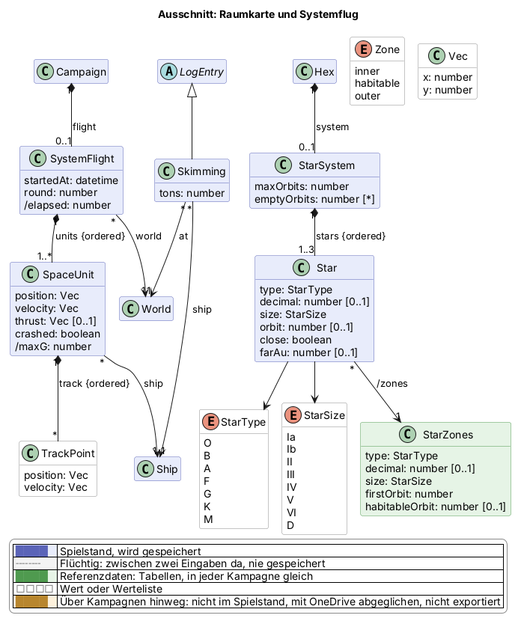
The PlantUML diagram docs/views/raum.png in scuzzar/SRE, before a commit.
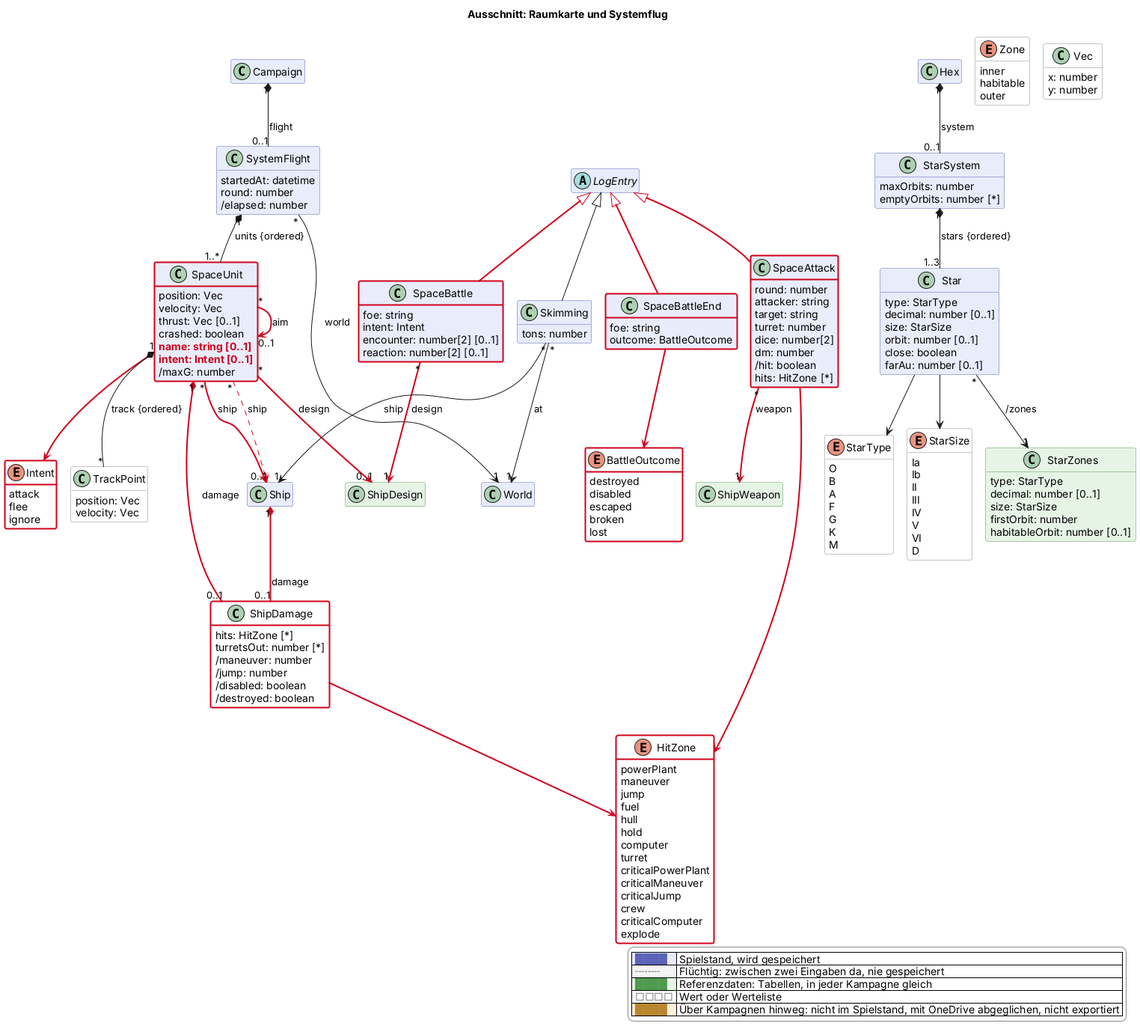
The same diagram one commit later.

Diff of the diagram source:
```diff
@@ -72,6 +72,8 @@
   class Campaign $kampagne
 
   class Ship $schiffe
+  class ShipWeapon <<reference>> $schiffe
+  class ShipDesign <<reference>> $schiffe
 
   class SystemFlight $raum {
     startedAt: datetime
@@ -124,11 +126,69 @@
   class Skimming $raum {
     tons: number
   }
+  class ShipDamage <<value>> $raum $newClass("2026-11-21d") {
+    hits: HitZone [*]
+    turretsOut: number [*]
+    /maneuver: number
+    /jump: number
+    /disabled: boolean
+    /destroyed: boolean
+  }
+  enum HitZone <<value>> $raum $newClass("2026-11-21d") {
+    powerPlant
+    maneuver
+    jump
+    fuel
+    hull
+    hold
+    computer
+    turret
+    criticalPowerPlant
+    criticalManeuver
+    criticalJump
+    crew
+    criticalComputer
+    explode
+  }
+  enum Intent <<value>> $raum $newClass("2026-11-21d") {
+    attack
+    flee
+    ignore
+  }
+  class SpaceBattle $raum $newClass("2026-11-21d") {
+    foe: string
+    intent: Intent
+    encounter: number[2] [0..1]
+    reaction: number[2] [0..1]
+  }
+  class SpaceAttack $raum $newClass("2026-11-21d") {
+    round: number
+    attacker: string
+    target: string
+    turret: number
+    dice: number[2]
+    dm: number
+    /hit: boolean
+    hits: HitZone [*]
+  }
+  class SpaceBattleEnd $raum $newClass("2026-11-21d") {
+    foe: string
+    outcome: BattleOutcome
+  }
+  enum BattleOutcome <<value>> $raum $newClass("2026-11-21d") {
+    destroyed
+    disabled
+    escaped
+    broken
+    lost
+  }
   class SpaceUnit $raum {
     position: Vec
     velocity: Vec
     thrust: Vec [0..1]
     crashed: boolean
+    $new("2026-11-21d", "name: string [0..1]")
+    $new("2026-11-21d", "intent: Intent [0..1]")
     /maxG: number
   }
   class TrackPoint <<value>> $raum {
@@ -155,7 +215,21 @@
 Campaign "1" *-- "0..1" SystemFlight : flight
 SystemFlight "*" --> "1" World : world
 SystemFlight "1" *-- "1..*" SpaceUnit : units {ordered}
-SpaceUnit "*" --> "1" Ship : ship
+SpaceUnit "*" -$goneArrow("2026-11-21d")-> "1" Ship : ship
+SpaceUnit "*" -$newArrow("2026-11-21d")-> "0..1" Ship : ship
+SpaceUnit "*" -$newArrow("2026-11-21d")-> "0..1" ShipDesign : design
+SpaceUnit "1" *-$newArrow("2026-11-21d")- "0..1" ShipDamage : damage
+SpaceUnit "*" -$newArrow("2026-11-21d")-> "0..1" SpaceUnit : aim
+Ship "1" *-$newArrow("2026-11-21d")- "0..1" ShipDamage : damage
+ShipDamage -$newArrow("2026-11-21d")-> HitZone
+SpaceUnit -$newArrow("2026-11-21d")-> Intent
+LogEntry <|-$newArrow("2026-11-21d")- SpaceBattle
+LogEntry <|-$newArrow("2026-11-21d")- SpaceAttack
+LogEntry <|-$newArrow("2026-11-21d")- SpaceBattleEnd
+SpaceBattle "*" -$newArrow("2026-11-21d")-> "1" ShipDesign : design
+SpaceAttack "*" -$newArrow("2026-11-21d")-> "1" ShipWeapon : weapon
+SpaceAttack -$newArrow("2026-11-21d")-> HitZone
+SpaceBattleEnd -$newArrow("2026-11-21d")-> BattleOutcome
 SpaceUnit "1" *-- "*" TrackPoint : track {ordered}
 LogEntry <|-- Skimming
 Skimming "*" --> "1" World : at
@@ -185,4 +259,5 @@
   |<#ffffff> <color:#8a8a8a>□□□□</color> | Wert oder Werteliste |
   |<#fdf1dc> <color:#b8862e>████</color> | Über Kampagnen hinweg: nicht im Spielstand, mit OneDrive abgeglichen, nicht exportiert |
 endlegend
+class SpaceUnit #line:d0021b;line.bold
 @enduml
```
